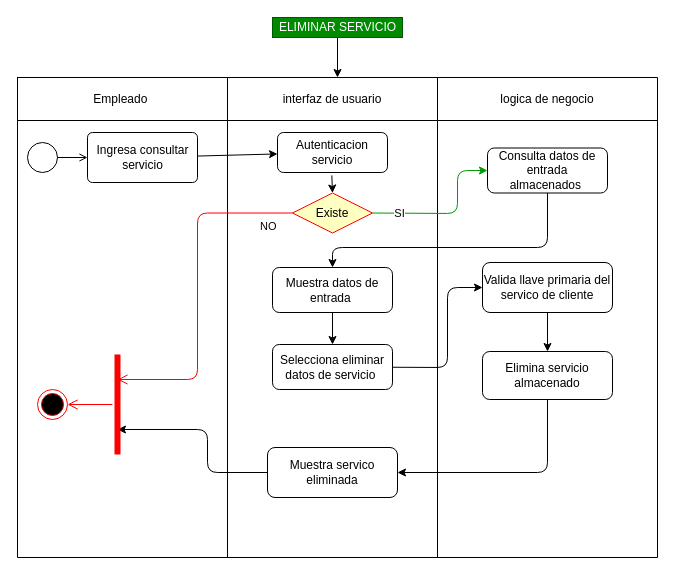
This is Diagramas_Actividad/DAE.5.3.drawio from DavidArtavia/Activity_Diagram-, a draw.io file, before an edit. Source tidied: cells renumbered, new cells numbered last; positions are measured from the earlier drawing's top-left corner, leaving out a move shared by most shapes. Both pictures are drawn from the tidied source at 100%, with x=0, y=0 at pixel (17, 17).
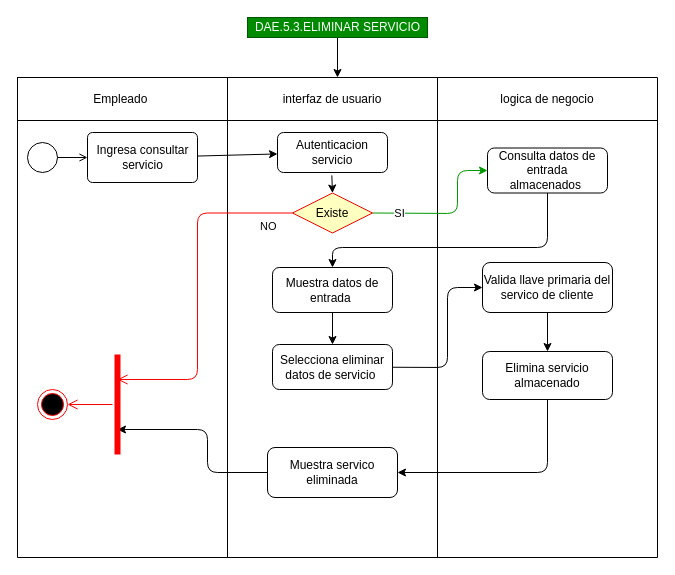
Above is the later version.

Diff of the diagram source:
```diff
@@
-    <mxCell id="23" value="ELIMINAR SERVICIO" style="text;html=1;align=center;verticalAlign=middle;points=[];rounded=0;fillColor=#008a00;fontColor=#ffffff;strokeColor=#005700;" parent="1" vertex="1">
-      <mxGeometry x="255" width="130" height="20" as="geometry" />
+    <mxCell id="23" value="DAE.5.3.ELIMINAR SERVICIO" style="text;html=1;align=center;verticalAlign=middle;points=[];rounded=0;fillColor=#008a00;fontColor=#ffffff;strokeColor=#005700;" parent="1" vertex="1">
+      <mxGeometry x="230" width="180" height="20" as="geometry" />
     </mxCell>
```
